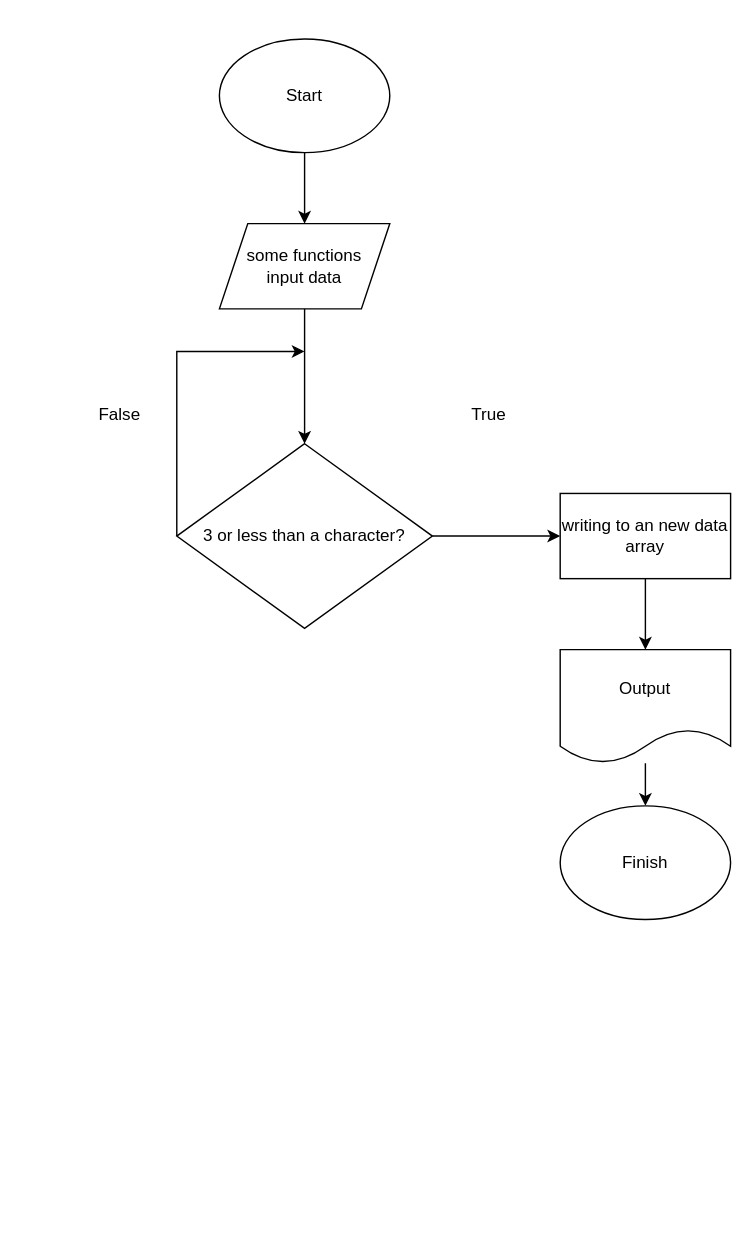
This is algorithmFlowchart.drawio from IonovVladimir/FinalTestForTheMainBlock, a draw.io file, before an edit. Source tidied: cells renumbered, new cells numbered last; positions are measured from the earlier drawing's top-left corner, leaving out a move shared by most shapes. Both pictures are drawn from the tidied source at 142%, with x=0, y=0 at pixel (77, 38).
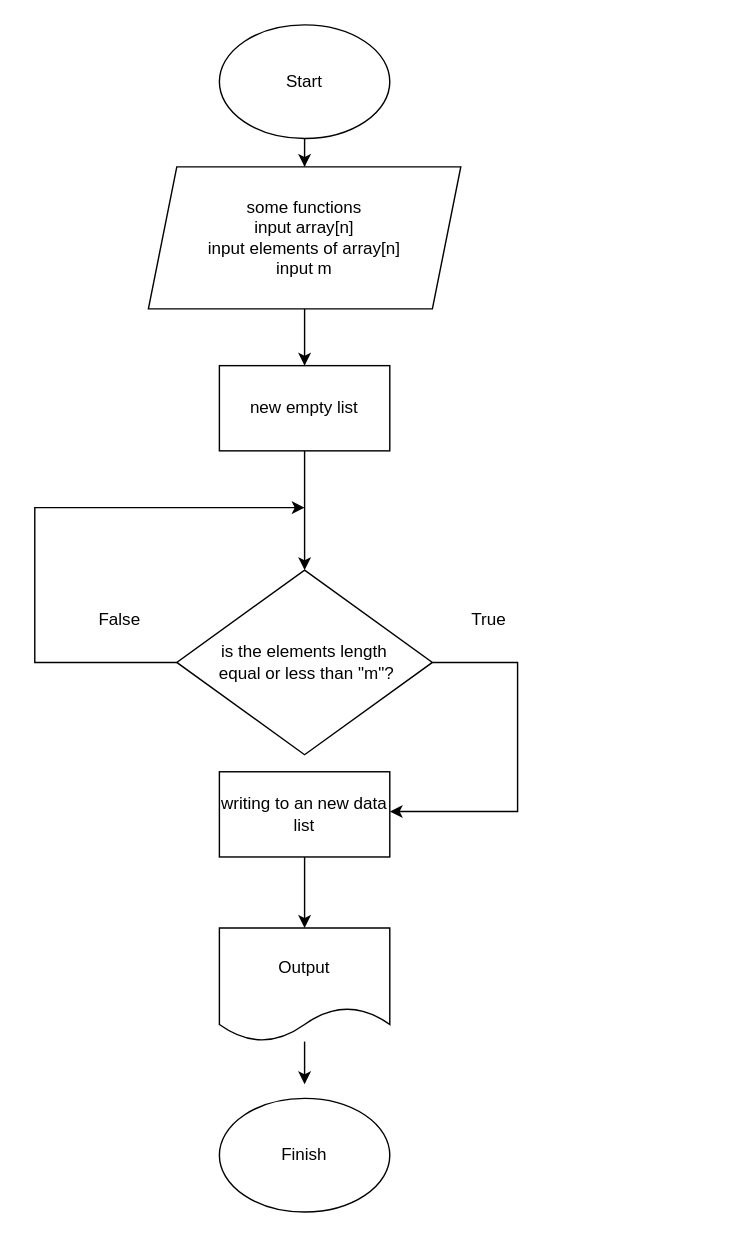
The same diagram, later.

Commit message (it also covers changes not shown here):
добавил финальный pdf

Change to the diagram source:
```diff
@@
     <mxCell id="3" value="Start" style="ellipse;whiteSpace=wrap;html=1;" parent="1" vertex="1">
-      <mxGeometry x="100" width="120" height="80" as="geometry" />
+      <mxGeometry x="100" y="-10" width="120" height="80" as="geometry" />
     </mxCell>
-    <mxCell id="4" style="edgeStyle=orthogonalEdgeStyle;rounded=0;jettySize=auto;html=1;" parent="1" edge="1" source="5" target="6">
-      <mxGeometry relative="1" as="geometry" />
-    </mxCell>
+    <mxCell id="16" style="edgeStyle=orthogonalEdgeStyle;rounded=0;jettySize=auto;html=1;" parent="1" edge="1" source="5" target="19">
+      <mxGeometry relative="1" as="geometry" />
+    </mxCell>
-    <mxCell id="5" value="some functions&lt;br&gt;input data" style="shape=parallelogram;perimeter=parallelogramPerimeter;whiteSpace=wrap;html=1;fixedSize=1;" parent="1" vertex="1">
-      <mxGeometry x="100" y="130" width="120" height="60" as="geometry" />
+    <mxCell id="5" value="some functions&lt;br&gt;input array[n]&lt;br&gt;input elements of array[n]&lt;br&gt;input m" style="shape=parallelogram;perimeter=parallelogramPerimeter;whiteSpace=wrap;html=1;fixedSize=1;" parent="1" vertex="1">
+      <mxGeometry x="50" y="90" width="220" height="100" as="geometry" />
     </mxCell>
-    <mxCell id="6" value="3 or less than a character?" style="rhombus;whiteSpace=wrap;html=1;" parent="1" vertex="1">
-      <mxGeometry x="70" y="285" width="180" height="130" as="geometry" />
+    <mxCell id="6" value="is the elements length&lt;br&gt;&amp;nbsp;equal or less than &quot;m&quot;?" style="rhombus;whiteSpace=wrap;html=1;" parent="1" vertex="1">
+      <mxGeometry x="70" y="374" width="180" height="130" as="geometry" />
     </mxCell>
     <mxCell id="7" value="True&lt;br&gt;" style="text;html=1;strokeColor=none;fillColor=none;align=center;verticalAlign=middle;whiteSpace=wrap;rounded=0;" parent="1" vertex="1">
-      <mxGeometry x="260" y="250" width="60" height="30" as="geometry" />
+      <mxGeometry x="260" y="394" width="60" height="30" as="geometry" />
     </mxCell>
     <mxCell id="8" value="False" style="text;html=1;strokeColor=none;fillColor=none;align=center;verticalAlign=middle;whiteSpace=wrap;rounded=0;" parent="1" vertex="1">
-      <mxGeometry y="250" width="60" height="30" as="geometry" />
+      <mxGeometry y="394" width="60" height="30" as="geometry" />
     </mxCell>
@@
+    <mxCell id="17" style="edgeStyle=orthogonalEdgeStyle;rounded=0;jettySize=auto;html=1;exitX=0;exitY=0.5;exitDx=0;exitDy=0;" parent="1" edge="1" source="6">
+      <mxGeometry relative="1" as="geometry">
+        <mxPoint x="160" y="330" as="targetPoint" />
+        <Array as="points">
+          <mxPoint x="-30" y="439" />
+          <mxPoint x="-30" y="330" />
+        </Array>
+      </mxGeometry>
+    </mxCell>
-    <mxCell id="10" value="writing to an new data array" style="rounded=0;whiteSpace=wrap;html=1;" parent="1" vertex="1">
-      <mxGeometry x="340" y="320" width="120" height="60" as="geometry" />
+    <mxCell id="10" value="writing to an new data list" style="rounded=0;whiteSpace=wrap;html=1;" parent="1" vertex="1">
+      <mxGeometry x="100" y="516" width="120" height="60" as="geometry" />
     </mxCell>
-    <mxCell id="11" style="endArrow=classic;html=1;rounded=0;exitX=1;exitY=0.5;exitDx=0;exitDy=0;entryX=0;entryY=0.5;entryDx=0;entryDy=0;" parent="1" edge="1" source="6" target="10">
-      <mxGeometry relative="1" as="geometry" />
+    <mxCell id="11" style="endArrow=classic;html=1;rounded=0;exitX=1;exitY=0.5;exitDx=0;exitDy=0;" parent="1" edge="1" source="6">
+      <mxGeometry relative="1" as="geometry">
+        <mxPoint x="220" y="544" as="targetPoint" />
+        <Array as="points">
+          <mxPoint x="310" y="439" />
+          <mxPoint x="310" y="544" />
+        </Array>
+      </mxGeometry>
     </mxCell>
-    <mxCell id="12" style="endArrow=classic;html=1;rounded=0;exitX=0;exitY=0.5;exitDx=0;exitDy=0;" parent="1" edge="1" source="6">
-      <mxGeometry relative="1" as="geometry">
-        <mxPoint x="160" y="220" as="targetPoint" />
-        <Array as="points">
-          <mxPoint x="70" y="220" />
-        </Array>
-      </mxGeometry>
-    </mxCell>
-    <mxCell id="13" style="edgeStyle=orthogonalEdgeStyle;rounded=0;jettySize=auto;html=1;entryX=0.5;entryY=0;entryDx=0;entryDy=0;" parent="1" edge="1" source="14" target="15">
-      <mxGeometry relative="1" as="geometry" />
+    <mxCell id="13" style="edgeStyle=orthogonalEdgeStyle;rounded=0;jettySize=auto;html=1;entryX=0.5;entryY=0;entryDx=0;entryDy=0;" parent="1" edge="1" source="14">
+      <mxGeometry relative="1" as="geometry">
+        <mxPoint x="160" y="736" as="targetPoint" />
+      </mxGeometry>
     </mxCell>
     <mxCell id="14" value="Output" style="shape=document;whiteSpace=wrap;html=1;boundedLbl=1;" parent="1" vertex="1">
-      <mxGeometry x="340" y="430" width="120" height="80" as="geometry" />
+      <mxGeometry x="100" y="626" width="120" height="80" as="geometry" />
     </mxCell>
     <mxCell id="15" value="Finish" style="ellipse;whiteSpace=wrap;html=1;" parent="1" vertex="1">
-      <mxGeometry x="340" y="540" width="120" height="80" as="geometry" />
+      <mxGeometry x="100" y="746" width="120" height="80" as="geometry" />
     </mxCell>
+    <mxCell id="18" style="edgeStyle=orthogonalEdgeStyle;rounded=0;jettySize=auto;html=1;" parent="1" edge="1" source="19" target="6">
+      <mxGeometry relative="1" as="geometry" />
+    </mxCell>
+    <mxCell id="19" value="new empty list" style="rounded=0;whiteSpace=wrap;html=1;" parent="1" vertex="1">
+      <mxGeometry x="100" y="230" width="120" height="60" as="geometry" />
+    </mxCell>
```
